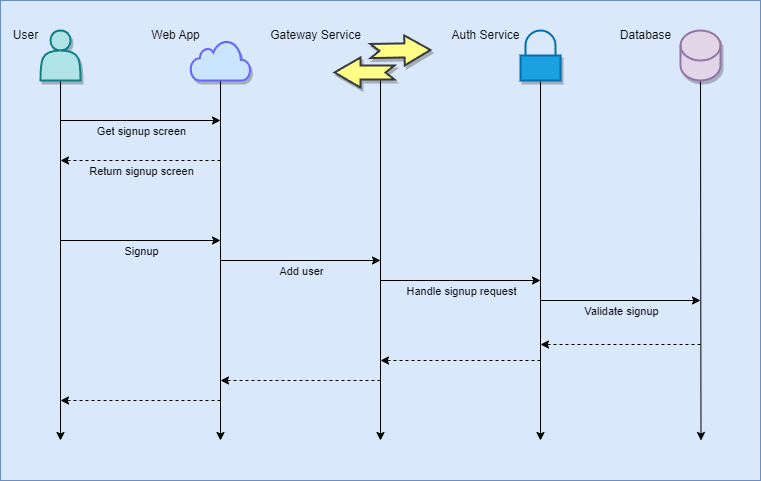
Above: docs/images/06_signup.drawio.png in Arquisoft/wiq_es05b (draw.io), before the change. Source tidied: cells renumbered, new cells last; positions are measured from the earlier drawing's top-left corner, leaving out a move shared by most shapes.
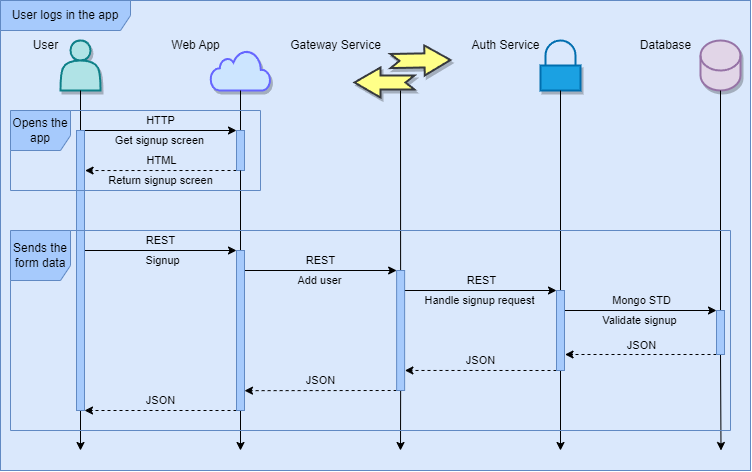
After the change.

Change to the diagram source:
```diff
@@ -3,31 +3,28 @@
     <mxCell id="0" />
     <mxCell id="1" value="Background" parent="0" />
     <mxCell id="2" style="whiteSpace=wrap;html=1;fillColor=#dae8fc;strokeColor=#6c8ebf;" parent="1" vertex="1">
-      <mxGeometry width="760" height="480" as="geometry" />
+      <mxGeometry x="-20" y="-10" width="750" height="470" as="geometry" />
     </mxCell>
     <mxCell id="3" value="Diagram" parent="0" />
-    <mxCell id="4" style="edgeStyle=none;html=1;startArrow=none;" parent="3" edge="1">
+    <mxCell id="4" style="edgeStyle=none;html=1;startArrow=none;" parent="3" edge="1" source="52">
       <mxGeometry relative="1" as="geometry">
-        <mxPoint x="60" y="80" as="sourcePoint" />
         <mxPoint x="60" y="440" as="targetPoint" />
       </mxGeometry>
     </mxCell>
     <mxCell id="5" style="shape=actor;whiteSpace=wrap;html=1;shadow=1;strokeWidth=2;fillColor=#b0e3e6;strokeColor=#0e8088;" parent="3" vertex="1">
       <mxGeometry x="40" y="30" width="40" height="50" as="geometry" />
     </mxCell>
-    <mxCell id="6" style="edgeStyle=none;html=1;exitX=0.5;exitY=1;exitDx=0;exitDy=0;" parent="3" edge="1">
+    <mxCell id="6" style="edgeStyle=none;html=1;exitX=0.5;exitY=1;exitDx=0;exitDy=0;startArrow=none;" parent="3" edge="1" source="50">
       <mxGeometry relative="1" as="geometry">
-        <mxPoint x="220" y="80" as="sourcePoint" />
         <mxPoint x="220" y="440" as="targetPoint" />
       </mxGeometry>
     </mxCell>
-    <mxCell id="7" style="edgeStyle=none;html=1;exitX=0.5;exitY=1;exitDx=0;exitDy=0;" parent="3" edge="1">
+    <mxCell id="7" style="edgeStyle=none;html=1;exitX=0.5;exitY=1;exitDx=0;exitDy=0;startArrow=none;" parent="3" edge="1" source="54">
       <mxGeometry relative="1" as="geometry">
-        <mxPoint x="380" y="80" as="sourcePoint" />
         <mxPoint x="380" y="440" as="targetPoint" />
       </mxGeometry>
     </mxCell>
-    <mxCell id="8" style="edgeStyle=none;html=1;exitX=0.5;exitY=1;exitDx=0;exitDy=0;exitPerimeter=0;" parent="3" edge="1" source="9">
+    <mxCell id="8" style="edgeStyle=none;html=1;exitX=0.5;exitY=1;exitDx=0;exitDy=0;exitPerimeter=0;startArrow=none;" parent="3" edge="1" source="58">
       <mxGeometry relative="1" as="geometry">
         <mxPoint x="700.5" y="440" as="targetPoint" />
       </mxGeometry>
@@ -35,10 +32,9 @@
     <mxCell id="9" value="&lt;br&gt;" style="shape=cylinder3;whiteSpace=wrap;html=1;boundedLbl=1;backgroundOutline=1;size=15;shadow=1;sketch=0;fillStyle=auto;fillColor=#e1d5e7;strokeWidth=2;strokeColor=#9673a6;" parent="3" vertex="1">
       <mxGeometry x="680" y="30" width="40" height="50" as="geometry" />
     </mxCell>
-    <mxCell id="10" style="endArrow=classic;html=1;" parent="3" edge="1">
+    <mxCell id="10" style="endArrow=classic;html=1;entryX=0;entryY=0;entryDx=0;entryDy=0;" parent="3" edge="1" target="48">
       <mxGeometry relative="1" as="geometry">
         <mxPoint x="60" y="120" as="sourcePoint" />
-        <mxPoint x="220" y="120" as="targetPoint" />
       </mxGeometry>
     </mxCell>
     <mxCell id="11" value="Get signup screen" style="edgeLabel;html=1;align=center;verticalAlign=middle;labelBackgroundColor=none;" parent="10" vertex="1">
@@ -46,21 +42,27 @@
         <mxPoint x="32" y="12" as="offset" />
       </mxGeometry>
     </mxCell>
+    <mxCell id="37" value="HTTP" style="edgeLabel;html=1;align=center;verticalAlign=middle;labelBackgroundColor=none;" parent="10" vertex="1">
+      <mxGeometry x="-0.19" relative="1" as="geometry">
+        <mxPoint x="17" y="-10" as="offset" />
+      </mxGeometry>
+    </mxCell>
-    <mxCell id="12" style="endArrow=classic;html=1;dashed=1;" parent="3" edge="1">
-      <mxGeometry relative="1" as="geometry">
-        <mxPoint x="220" y="160" as="sourcePoint" />
-        <mxPoint x="60" y="160" as="targetPoint" />
-      </mxGeometry>
+    <mxCell id="12" style="endArrow=classic;html=1;dashed=1;exitX=0;exitY=1;exitDx=0;exitDy=0;entryX=1.074;entryY=0.143;entryDx=0;entryDy=0;entryPerimeter=0;" parent="3" edge="1" source="48" target="52">
+      <mxGeometry relative="1" as="geometry" />
     </mxCell>
     <mxCell id="13" value="Return signup screen" style="edgeLabel;html=1;align=center;verticalAlign=middle;labelBackgroundColor=none;" parent="12" vertex="1">
       <mxGeometry x="-0.17" y="-3" relative="1" as="geometry">
         <mxPoint x="-14" y="13" as="offset" />
       </mxGeometry>
     </mxCell>
+    <mxCell id="38" value="HTML" style="edgeLabel;html=1;align=center;verticalAlign=middle;labelBackgroundColor=none;" parent="12" vertex="1">
+      <mxGeometry x="-0.08" y="-1" relative="1" as="geometry">
+        <mxPoint x="-6" y="-9" as="offset" />
+      </mxGeometry>
+    </mxCell>
-    <mxCell id="14" style="edgeStyle=none;orthogonalLoop=1;jettySize=auto;html=1;" parent="3" edge="1">
+    <mxCell id="14" style="edgeStyle=none;jettySize=auto;html=1;entryX=0;entryY=0;entryDx=0;entryDy=0;" parent="3" edge="1" target="50">
       <mxGeometry relative="1" as="geometry">
-        <mxPoint x="60" y="240" as="sourcePoint" />
-        <mxPoint x="220" y="240" as="targetPoint" />
+        <mxPoint x="64" y="240" as="sourcePoint" />
       </mxGeometry>
     </mxCell>
     <mxCell id="15" value="Signup" style="edgeLabel;html=1;align=center;verticalAlign=middle;labelBackgroundColor=none;" parent="14" vertex="1">
@@ -68,10 +70,14 @@
         <mxPoint x="31" y="10" as="offset" />
       </mxGeometry>
     </mxCell>
+    <mxCell id="39" value="REST" style="edgeLabel;html=1;align=center;verticalAlign=middle;labelBackgroundColor=none;" parent="14" vertex="1">
+      <mxGeometry x="0.17" y="1" relative="1" as="geometry">
+        <mxPoint x="-13" y="-9" as="offset" />
+      </mxGeometry>
+    </mxCell>
-    <mxCell id="16" style="edgeStyle=none;orthogonalLoop=1;jettySize=auto;html=1;" parent="3" edge="1">
+    <mxCell id="16" style="edgeStyle=none;jettySize=auto;html=1;entryX=0;entryY=0;entryDx=0;entryDy=0;" parent="3" edge="1" target="54">
       <mxGeometry relative="1" as="geometry">
         <mxPoint x="220" y="260" as="sourcePoint" />
-        <mxPoint x="380" y="260" as="targetPoint" />
       </mxGeometry>
     </mxCell>
     <mxCell id="17" value="Add user" style="edgeLabel;html=1;align=center;verticalAlign=middle;labelBackgroundColor=none;" parent="16" vertex="1">
@@ -79,10 +85,14 @@
         <mxPoint x="20" y="5" as="offset" />
       </mxGeometry>
     </mxCell>
+    <mxCell id="40" value="REST" style="edgeLabel;html=1;align=center;verticalAlign=middle;labelBackgroundColor=none;" parent="16" vertex="1">
+      <mxGeometry x="0.08" y="-1" relative="1" as="geometry">
+        <mxPoint x="-5" y="-11" as="offset" />
+      </mxGeometry>
+    </mxCell>
-    <mxCell id="18" style="endArrow=classic;html=1;" parent="3" edge="1">
+    <mxCell id="18" style="endArrow=classic;html=1;entryX=0;entryY=0;entryDx=0;entryDy=0;" parent="3" edge="1" target="56">
       <mxGeometry relative="1" as="geometry">
         <mxPoint x="380" y="280" as="sourcePoint" />
-        <mxPoint x="540" y="280" as="targetPoint" />
       </mxGeometry>
     </mxCell>
     <mxCell id="19" value="Handle signup request" style="edgeLabel;html=1;align=center;verticalAlign=middle;labelBackgroundColor=none;" parent="18" vertex="1">
@@ -90,16 +100,19 @@
         <mxPoint x="32" y="13" as="offset" />
       </mxGeometry>
     </mxCell>
+    <mxCell id="41" value="REST" style="edgeLabel;html=1;align=center;verticalAlign=middle;labelBackgroundColor=none;" parent="18" vertex="1">
+      <mxGeometry x="-0.15" y="1" relative="1" as="geometry">
+        <mxPoint x="14" y="-9" as="offset" />
+      </mxGeometry>
+    </mxCell>
-    <mxCell id="20" style="endArrow=classic;html=1;" parent="3" edge="1">
+    <mxCell id="20" style="endArrow=classic;html=1;startArrow=none;" parent="3" edge="1" source="56">
       <mxGeometry relative="1" as="geometry">
-        <mxPoint x="540" y="80" as="sourcePoint" />
         <mxPoint x="540" y="440" as="targetPoint" />
       </mxGeometry>
     </mxCell>
-    <mxCell id="21" style="endArrow=classic;html=1;" parent="3" edge="1">
+    <mxCell id="21" style="endArrow=classic;html=1;entryX=0;entryY=0;entryDx=0;entryDy=0;" parent="3" edge="1" target="58">
       <mxGeometry relative="1" as="geometry">
         <mxPoint x="540" y="300" as="sourcePoint" />
-        <mxPoint x="700" y="300" as="targetPoint" />
       </mxGeometry>
     </mxCell>
     <mxCell id="22" value="Validate signup" style="edgeLabel;html=1;align=center;verticalAlign=middle;labelBackgroundColor=none;" parent="21" vertex="1">
@@ -107,30 +120,43 @@
         <mxPoint x="-12" y="12" as="offset" />
       </mxGeometry>
     </mxCell>
+    <mxCell id="42" value="&lt;span dir=&quot;ltr&quot; class=&quot;ui-provider byo byp nr byq byr bys byt byu byv byw byx byy byz bza bzb bzc bzd bze bzf bzg bzh bzi bzj bzk bzl bzm bzn bzo bzp bzq bzr bzs bzt bzu bzv&quot;&gt;Mongo STD&lt;/span&gt;" style="edgeLabel;html=1;align=center;verticalAlign=middle;labelBackgroundColor=none;" parent="21" vertex="1">
+      <mxGeometry x="0.16" relative="1" as="geometry">
+        <mxPoint x="-10" y="-10" as="offset" />
+      </mxGeometry>
+    </mxCell>
-    <mxCell id="23" style="endArrow=classic;html=1;dashed=1;" parent="3" edge="1">
-      <mxGeometry relative="1" as="geometry">
-        <mxPoint x="700" y="344" as="sourcePoint" />
-        <mxPoint x="540" y="344" as="targetPoint" />
-      </mxGeometry>
+    <mxCell id="23" style="endArrow=classic;html=1;dashed=1;entryX=1.066;entryY=0.8;entryDx=0;entryDy=0;entryPerimeter=0;exitX=0;exitY=1;exitDx=0;exitDy=0;" parent="3" edge="1" source="58" target="56">
+      <mxGeometry relative="1" as="geometry" />
     </mxCell>
+    <mxCell id="43" value="JSON" style="edgeLabel;html=1;align=center;verticalAlign=middle;labelBackgroundColor=none;" parent="23" vertex="1">
+      <mxGeometry x="-0.04" y="-1" relative="1" as="geometry">
+        <mxPoint x="-3" y="-8" as="offset" />
+      </mxGeometry>
+    </mxCell>
-    <mxCell id="24" style="endArrow=classic;html=1;dashed=1;" parent="3" edge="1">
-      <mxGeometry relative="1" as="geometry">
-        <mxPoint x="540" y="360" as="sourcePoint" />
-        <mxPoint x="380" y="360" as="targetPoint" />
-      </mxGeometry>
+    <mxCell id="24" style="endArrow=classic;html=1;dashed=1;entryX=1.032;entryY=0.833;entryDx=0;entryDy=0;entryPerimeter=0;exitX=0;exitY=1;exitDx=0;exitDy=0;" parent="3" edge="1" source="56" target="54">
+      <mxGeometry relative="1" as="geometry" />
     </mxCell>
+    <mxCell id="44" value="JSON" style="edgeLabel;html=1;align=center;verticalAlign=middle;labelBackgroundColor=none;" parent="24" vertex="1">
+      <mxGeometry x="0.15" relative="1" as="geometry">
+        <mxPoint x="11" y="-10" as="offset" />
+      </mxGeometry>
+    </mxCell>
-    <mxCell id="25" style="endArrow=classic;html=1;dashed=1;" parent="3" edge="1">
-      <mxGeometry relative="1" as="geometry">
-        <mxPoint x="380" y="380" as="sourcePoint" />
-        <mxPoint x="220" y="380" as="targetPoint" />
-      </mxGeometry>
+    <mxCell id="25" style="endArrow=classic;html=1;dashed=1;exitX=0;exitY=1;exitDx=0;exitDy=0;entryX=1;entryY=0.876;entryDx=0;entryDy=0;entryPerimeter=0;" parent="3" edge="1" source="54" target="50">
+      <mxGeometry relative="1" as="geometry" />
     </mxCell>
+    <mxCell id="45" value="JSON" style="edgeLabel;html=1;align=center;verticalAlign=middle;labelBackgroundColor=none;" parent="25" vertex="1">
+      <mxGeometry x="-0.18" y="1" relative="1" as="geometry">
+        <mxPoint x="-14" y="-11" as="offset" />
+      </mxGeometry>
+    </mxCell>
-    <mxCell id="26" style="endArrow=classic;html=1;dashed=1;" parent="3" edge="1">
-      <mxGeometry relative="1" as="geometry">
-        <mxPoint x="220" y="400" as="sourcePoint" />
-        <mxPoint x="60" y="400" as="targetPoint" />
-      </mxGeometry>
+    <mxCell id="26" style="endArrow=classic;html=1;dashed=1;entryX=1;entryY=1;entryDx=0;entryDy=0;exitX=0;exitY=1;exitDx=0;exitDy=0;" parent="3" edge="1" source="50" target="52">
+      <mxGeometry relative="1" as="geometry" />
     </mxCell>
+    <mxCell id="46" value="JSON" style="edgeLabel;html=1;align=center;verticalAlign=middle;labelBackgroundColor=none;" parent="26" vertex="1">
+      <mxGeometry x="-0.08" relative="1" as="geometry">
+        <mxPoint x="-6" y="-10" as="offset" />
+      </mxGeometry>
+    </mxCell>
     <mxCell id="27" style="html=1;verticalLabelPosition=bottom;align=center;labelBackgroundColor=#ffffff;verticalAlign=top;strokeWidth=2;strokeColor=#6666FF;shadow=1;dashed=0;shape=mxgraph.ios7.icons.cloud;fillColor=#cce5ff;" parent="3" vertex="1">
       <mxGeometry x="190" y="40" width="60" height="40" as="geometry" />
     </mxCell>
@@ -161,5 +187,58 @@
     <mxCell id="36" style="html=1;shadow=1;dashed=0;align=center;verticalAlign=middle;shape=mxgraph.arrows2.arrow;dy=0.53;dx=26;flipH=1;notch=9;labelBackgroundColor=none;strokeWidth=2;rotation=-181;fillColor=#ffff88;strokeColor=#36393d;" parent="34" vertex="1">
       <mxGeometry x="36" y="-2.5" width="60" height="30" as="geometry" />
     </mxCell>
+    <mxCell id="47" style="edgeStyle=none;html=1;exitX=0.5;exitY=1;exitDx=0;exitDy=0;endArrow=none;" parent="3" edge="1" target="48">
+      <mxGeometry relative="1" as="geometry">
+        <mxPoint x="220" y="80" as="sourcePoint" />
+      </mxGeometry>
+    </mxCell>
+    <mxCell id="48" style="rounded=0;whiteSpace=wrap;html=1;fillColor=#a6cafc;strokeColor=#6089c3;" parent="3" vertex="1">
+      <mxGeometry x="216" y="120" width="8" height="40" as="geometry" />
+    </mxCell>
+    <mxCell id="49" style="edgeStyle=none;html=1;exitX=0.5;exitY=1;exitDx=0;exitDy=0;startArrow=none;endArrow=none;" parent="3" edge="1" source="48" target="50">
+      <mxGeometry relative="1" as="geometry" />
+    </mxCell>
+    <mxCell id="50" style="rounded=0;whiteSpace=wrap;html=1;fillColor=#a6cafc;strokeColor=#6089c3;" parent="3" vertex="1">
+      <mxGeometry x="216" y="240" width="8" height="160" as="geometry" />
+    </mxCell>
+    <mxCell id="51" style="edgeStyle=none;html=1;startArrow=none;endArrow=none;" parent="3" edge="1" target="52">
+      <mxGeometry relative="1" as="geometry">
+        <mxPoint x="60" y="80" as="sourcePoint" />
+      </mxGeometry>
+    </mxCell>
+    <mxCell id="52" style="rounded=0;whiteSpace=wrap;html=1;fillColor=#a6cafc;strokeColor=#6089c3;" parent="3" vertex="1">
+      <mxGeometry x="56" y="120" width="8" height="280" as="geometry" />
+    </mxCell>
+    <mxCell id="53" style="edgeStyle=none;html=1;exitX=0.5;exitY=1;exitDx=0;exitDy=0;endArrow=none;" parent="3" edge="1" target="54">
+      <mxGeometry relative="1" as="geometry">
+        <mxPoint x="380" y="80" as="sourcePoint" />
+      </mxGeometry>
+    </mxCell>
+    <mxCell id="54" style="rounded=0;whiteSpace=wrap;html=1;fillColor=#a6cafc;strokeColor=#6089c3;" parent="3" vertex="1">
+      <mxGeometry x="376.1" y="260" width="8" height="120" as="geometry" />
+    </mxCell>
+    <mxCell id="55" style="endArrow=none;html=1;" parent="3" edge="1" target="56">
+      <mxGeometry relative="1" as="geometry">
+        <mxPoint x="540" y="80" as="sourcePoint" />
+      </mxGeometry>
+    </mxCell>
+    <mxCell id="56" style="rounded=0;whiteSpace=wrap;html=1;fillColor=#a6cafc;strokeColor=#6089c3;" parent="3" vertex="1">
+      <mxGeometry x="536" y="280" width="8" height="80" as="geometry" />
+    </mxCell>
+    <mxCell id="57" style="edgeStyle=none;html=1;exitX=0.5;exitY=1;exitDx=0;exitDy=0;exitPerimeter=0;endArrow=none;" parent="3" edge="1" source="9" target="58">
+      <mxGeometry relative="1" as="geometry" />
+    </mxCell>
+    <mxCell id="58" style="rounded=0;whiteSpace=wrap;html=1;fillColor=#a6cafc;strokeColor=#6089c3;" parent="3" vertex="1">
+      <mxGeometry x="696" y="300" width="8" height="44" as="geometry" />
+    </mxCell>
+    <mxCell id="59" value="User logs in the app" style="shape=umlFrame;whiteSpace=wrap;html=1;labelBackgroundColor=none;strokeColor=#6089c3;fillColor=#a6cafc;width=130;height=30;" parent="3" vertex="1">
+      <mxGeometry x="-20" y="-10" width="750" height="470" as="geometry" />
+    </mxCell>
+    <mxCell id="60" value="Opens the app" style="shape=umlFrame;whiteSpace=wrap;html=1;labelBackgroundColor=none;strokeColor=#6089c3;fillColor=#a6cafc;width=60;height=40;" parent="3" vertex="1">
+      <mxGeometry x="-10" y="100" width="250" height="80" as="geometry" />
+    </mxCell>
+    <mxCell id="61" value="Sends the form data" style="shape=umlFrame;whiteSpace=wrap;html=1;labelBackgroundColor=none;strokeColor=#6089c3;fillColor=#a6cafc;width=60;height=50;" parent="3" vertex="1">
+      <mxGeometry x="-10" y="220" width="720" height="200" as="geometry" />
+    </mxCell>
   </root>
 </mxGraphModel>
```
